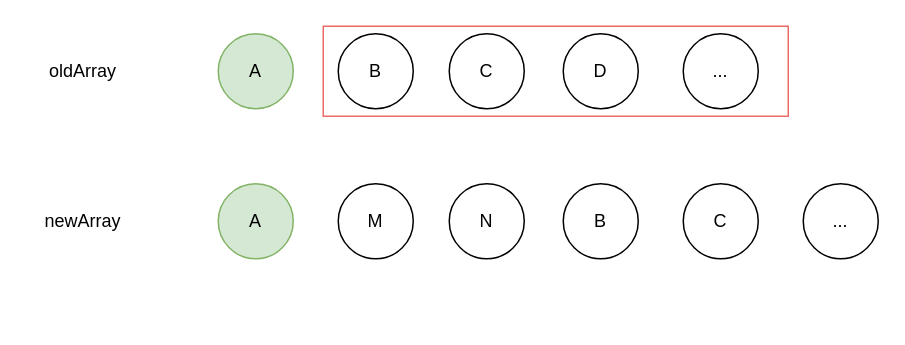
Above: 差异算法问题.drawio in yuxinyu12345/diagrams (draw.io), before the change. Source tidied: cells renumbered, new cells numbered last; positions are measured from the earlier drawing's top-left corner, leaving out a move shared by most shapes. Both pictures are drawn from the tidied source at 150%, with x=0, y=0 at pixel (38, 26).
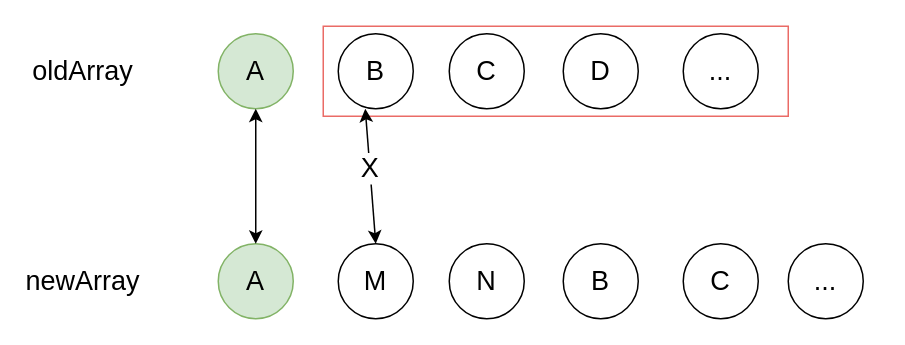
After the change.

Commit message (it also covers changes not shown here):
更新差异算法问题.drawio

Diff of the diagram source:
```diff
@@
 <mxGraphModel>
   <root>
     <mxCell id="0" />
     <mxCell id="1" parent="0" />
-    <mxCell id="2" style="rounded=0;whiteSpace=wrap;html=1;strokeColor=#EA6B66;" parent="1" vertex="1">
+    <mxCell id="2" style="rounded=0;whiteSpace=wrap;html=1;strokeColor=#EA6B66;fontSize=18;" parent="1" vertex="1">
       <mxGeometry x="190" width="310" height="60" as="geometry" />
     </mxCell>
-    <mxCell id="3" value="A" style="ellipse;whiteSpace=wrap;html=1;fillColor=#d5e8d4;strokeColor=#82b366;" parent="1" vertex="1">
+    <mxCell id="3" value="A" style="ellipse;whiteSpace=wrap;html=1;fillColor=#d5e8d4;strokeColor=#82b366;fontSize=18;" parent="1" vertex="1">
       <mxGeometry x="120" y="5" width="50" height="50" as="geometry" />
     </mxCell>
-    <mxCell id="4" value="B" style="ellipse;whiteSpace=wrap;html=1;" parent="1" vertex="1">
+    <mxCell id="4" value="B" style="ellipse;whiteSpace=wrap;html=1;fontSize=18;" parent="1" vertex="1">
       <mxGeometry x="200" y="5" width="50" height="50" as="geometry" />
     </mxCell>
-    <mxCell id="5" value="C" style="ellipse;whiteSpace=wrap;html=1;" parent="1" vertex="1">
+    <mxCell id="5" value="C" style="ellipse;whiteSpace=wrap;html=1;fontSize=18;" parent="1" vertex="1">
       <mxGeometry x="274" y="5" width="50" height="50" as="geometry" />
     </mxCell>
-    <mxCell id="6" value="D" style="ellipse;whiteSpace=wrap;html=1;" parent="1" vertex="1">
+    <mxCell id="6" value="D" style="ellipse;whiteSpace=wrap;html=1;fontSize=18;" parent="1" vertex="1">
       <mxGeometry x="350" y="5" width="50" height="50" as="geometry" />
     </mxCell>
-    <mxCell id="7" value="..." style="ellipse;whiteSpace=wrap;html=1;" parent="1" vertex="1">
+    <mxCell id="7" value="..." style="ellipse;whiteSpace=wrap;html=1;fontSize=18;" parent="1" vertex="1">
       <mxGeometry x="430" y="5" width="50" height="50" as="geometry" />
     </mxCell>
-    <mxCell id="8" value="A" style="ellipse;whiteSpace=wrap;html=1;fillColor=#d5e8d4;strokeColor=#82b366;" parent="1" vertex="1">
-      <mxGeometry x="120" y="105" width="50" height="50" as="geometry" />
+    <mxCell id="8" value="A" style="ellipse;whiteSpace=wrap;html=1;fillColor=#d5e8d4;strokeColor=#82b366;fontSize=18;" parent="1" vertex="1">
+      <mxGeometry x="120" y="145" width="50" height="50" as="geometry" />
     </mxCell>
-    <mxCell id="9" value="M" style="ellipse;whiteSpace=wrap;html=1;" parent="1" vertex="1">
-      <mxGeometry x="200" y="105" width="50" height="50" as="geometry" />
+    <mxCell id="9" value="M" style="ellipse;whiteSpace=wrap;html=1;fontSize=18;" parent="1" vertex="1">
+      <mxGeometry x="200" y="145" width="50" height="50" as="geometry" />
     </mxCell>
-    <mxCell id="10" value="N" style="ellipse;whiteSpace=wrap;html=1;" parent="1" vertex="1">
-      <mxGeometry x="274" y="105" width="50" height="50" as="geometry" />
+    <mxCell id="10" value="N" style="ellipse;whiteSpace=wrap;html=1;fontSize=18;" parent="1" vertex="1">
+      <mxGeometry x="274" y="145" width="50" height="50" as="geometry" />
     </mxCell>
-    <mxCell id="11" value="B" style="ellipse;whiteSpace=wrap;html=1;" parent="1" vertex="1">
-      <mxGeometry x="350" y="105" width="50" height="50" as="geometry" />
+    <mxCell id="11" value="B" style="ellipse;whiteSpace=wrap;html=1;fontSize=18;" parent="1" vertex="1">
+      <mxGeometry x="350" y="145" width="50" height="50" as="geometry" />
     </mxCell>
-    <mxCell id="12" value="C" style="ellipse;whiteSpace=wrap;html=1;" parent="1" vertex="1">
-      <mxGeometry x="430" y="105" width="50" height="50" as="geometry" />
+    <mxCell id="12" value="C" style="ellipse;whiteSpace=wrap;html=1;fontSize=18;" parent="1" vertex="1">
+      <mxGeometry x="430" y="145" width="50" height="50" as="geometry" />
     </mxCell>
-    <mxCell id="13" value="..." style="ellipse;whiteSpace=wrap;html=1;" parent="1" vertex="1">
-      <mxGeometry x="510" y="105" width="50" height="50" as="geometry" />
+    <mxCell id="13" value="..." style="ellipse;whiteSpace=wrap;html=1;fontSize=18;" parent="1" vertex="1">
+      <mxGeometry x="500" y="145" width="50" height="50" as="geometry" />
     </mxCell>
-    <mxCell id="14" value="oldArray" style="text;html=1;align=center;verticalAlign=middle;whiteSpace=wrap;rounded=0;" parent="1" vertex="1">
+    <mxCell id="14" value="oldArray" style="text;html=1;align=center;verticalAlign=middle;whiteSpace=wrap;rounded=0;fontSize=18;" parent="1" vertex="1">
       <mxGeometry y="15" width="60" height="30" as="geometry" />
     </mxCell>
-    <mxCell id="15" value="newArray" style="text;html=1;align=center;verticalAlign=middle;whiteSpace=wrap;rounded=0;" parent="1" vertex="1">
-      <mxGeometry y="115" width="60" height="30" as="geometry" />
+    <mxCell id="15" value="newArray" style="text;html=1;align=center;verticalAlign=middle;whiteSpace=wrap;rounded=0;fontSize=18;" parent="1" vertex="1">
+      <mxGeometry y="155" width="60" height="30" as="geometry" />
     </mxCell>
+    <mxCell id="16" style="endArrow=classic;startArrow=classic;html=1;rounded=0;entryX=0.5;entryY=1;entryDx=0;entryDy=0;exitX=0.5;exitY=0;exitDx=0;exitDy=0;fontSize=18;" parent="1" edge="1" source="8" target="3">
+      <mxGeometry relative="1" as="geometry" />
+    </mxCell>
+    <mxCell id="17" style="endArrow=classic;startArrow=classic;html=1;rounded=0;entryX=0.36;entryY=1;entryDx=0;entryDy=0;exitX=0.5;exitY=0;exitDx=0;exitDy=0;entryPerimeter=0;fontSize=18;" parent="1" edge="1" source="9" target="4">
+      <mxGeometry relative="1" as="geometry" />
+    </mxCell>
+    <mxCell id="18" value="X" style="edgeLabel;html=1;align=center;verticalAlign=middle;fontSize=18;" parent="17" vertex="1">
+      <mxGeometry x="0.11" y="-2" relative="1" as="geometry">
+        <mxPoint x="-3" as="offset" />
+      </mxGeometry>
+    </mxCell>
   </root>
 </mxGraphModel>
```
